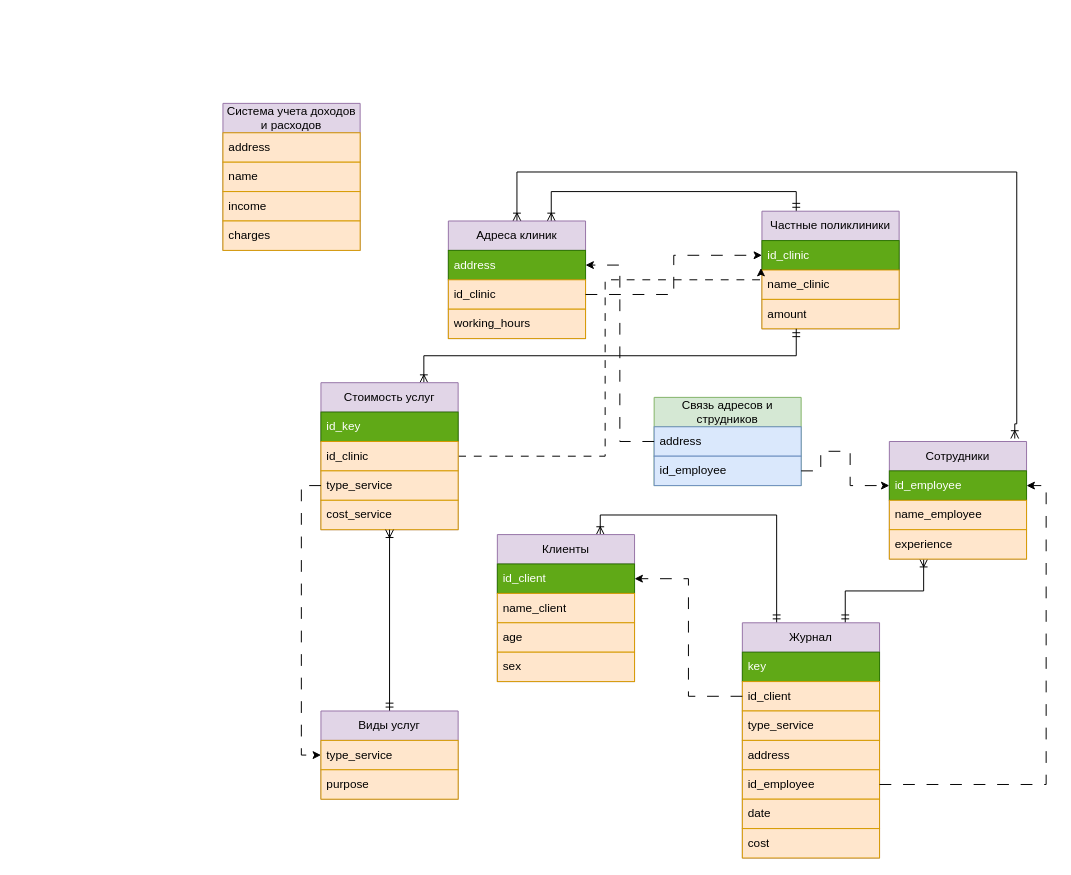
The draw.io diagram Untitled Diagram.drawio in Stepan714/Algorithms-and-data-structures, before the edit. Source tidied: cells renumbered, new cells numbered last; positions are measured from the earlier drawing's top-left corner, leaving out a move shared by most shapes. Both pictures are drawn from the tidied source at 98%, with x=0, y=0 at pixel (222, 103).
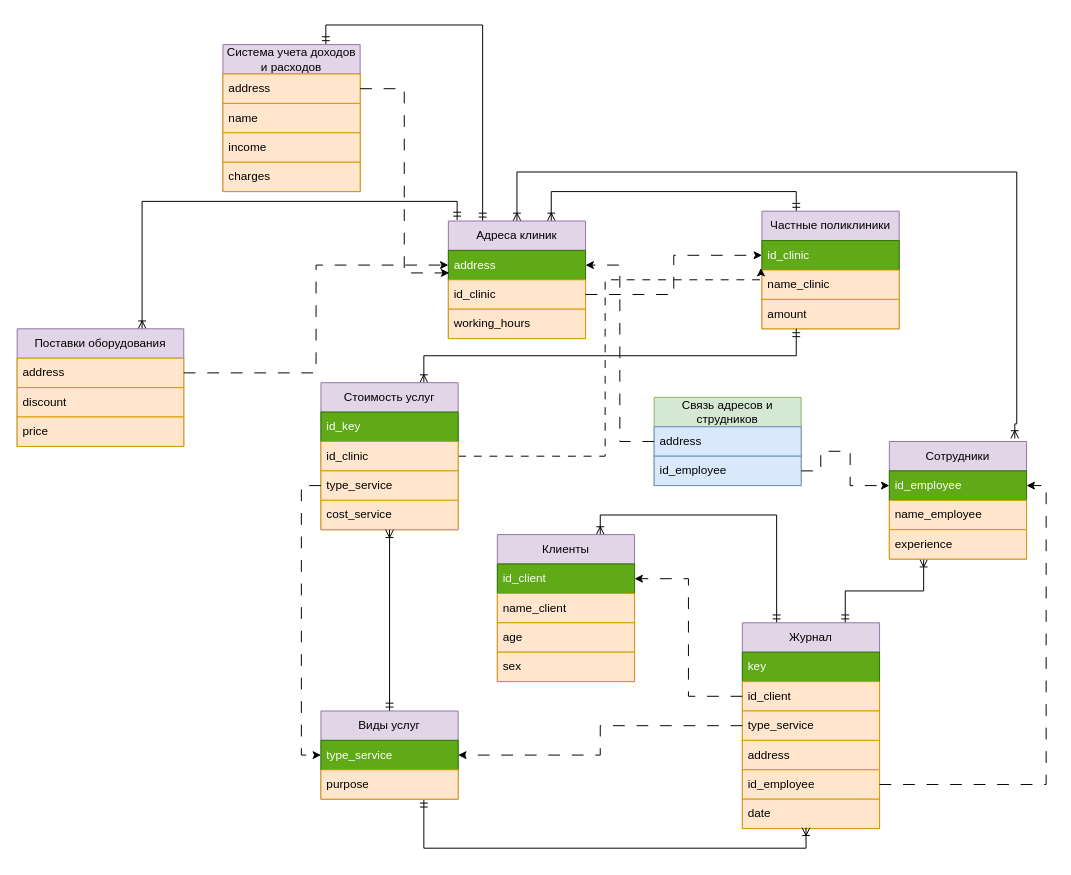
The same diagram, later.

Unchanged cells that the change refers to:
```xml
<mxCell id="8" value="Адреса клиник" style="swimlane;fontStyle=0;horizontal=1;startSize=30;whiteSpace=wrap;html=1;fillColor=#e1d5e7;strokeColor=#9673a6;" parent="1" vertex="1">
  <mxGeometry x="230" y="120" width="140" height="120" as="geometry" />
</mxCell>
<mxCell id="9" value="address" style="text;strokeColor=#2D7600;fillColor=#60a917;align=left;verticalAlign=middle;spacingLeft=4;spacingRight=4;overflow=hidden;points=[[0,0.5],[1,0.5]];portConstraint=eastwest;whiteSpace=wrap;html=1;fontColor=#ffffff;" parent="8" vertex="1">
  <mxGeometry y="30" width="140" height="30" as="geometry" />
</mxCell>
<mxCell id="32" value="type_service" style="text;strokeColor=#d79b00;fillColor=#ffe6cc;align=left;verticalAlign=middle;spacingLeft=4;spacingRight=4;overflow=hidden;points=[[0,0.5],[1,0.5]];portConstraint=eastwest;whiteSpace=wrap;html=1;" parent="29" vertex="1">
  <mxGeometry y="90" width="140" height="30" as="geometry" />
</mxCell>
<mxCell id="35" value="date" style="text;strokeColor=#d79b00;fillColor=#ffe6cc;align=left;verticalAlign=middle;spacingLeft=4;spacingRight=4;overflow=hidden;points=[[0,0.5],[1,0.5]];portConstraint=eastwest;whiteSpace=wrap;html=1;" parent="29" vertex="1">
  <mxGeometry y="180" width="140" height="30" as="geometry" />
</mxCell>
<mxCell id="47" value="Виды услуг" style="swimlane;fontStyle=0;horizontal=1;startSize=30;whiteSpace=wrap;html=1;fillColor=#e1d5e7;strokeColor=#9673a6;" parent="1" vertex="1">
  <mxGeometry x="100" y="620" width="140" height="90" as="geometry" />
</mxCell>
<mxCell id="52" value="address" style="text;strokeColor=#d79b00;fillColor=#ffe6cc;align=left;verticalAlign=middle;spacingLeft=4;spacingRight=4;overflow=hidden;points=[[0,0.5],[1,0.5]];portConstraint=eastwest;whiteSpace=wrap;html=1;" parent="51" vertex="1">
  <mxGeometry y="30" width="140" height="30" as="geometry" />
</mxCell>
```

What changed in the source:
```diff
@@
+    <mxCell id="56" style="edgeStyle=orthogonalEdgeStyle;rounded=0;jettySize=auto;html=1;exitX=0.25;exitY=0;exitDx=0;exitDy=0;entryX=0.75;entryY=0;entryDx=0;entryDy=0;startArrow=ERmandOne;startFill=0;endArrow=ERmandOne;endFill=0;" parent="1" edge="1" source="8" target="51">
+      <mxGeometry relative="1" as="geometry" />
+    </mxCell>
@@
     <mxCell id="29" value="Журнал" style="swimlane;fontStyle=0;horizontal=1;startSize=30;whiteSpace=wrap;html=1;fillColor=#e1d5e7;strokeColor=#9673a6;" parent="1" vertex="1">
-      <mxGeometry x="530" y="530" width="140" height="240" as="geometry" />
+      <mxGeometry x="530" y="530" width="140" height="210" as="geometry" />
     </mxCell>
@@
-    <mxCell id="36" value="cost" style="text;strokeColor=#d79b00;fillColor=#ffe6cc;align=left;verticalAlign=middle;spacingLeft=4;spacingRight=4;overflow=hidden;whiteSpace=wrap;html=1;" parent="29" vertex="1">
-      <mxGeometry y="210" width="140" height="30" as="geometry" />
-    </mxCell>
@@
+    <mxCell id="57" style="edgeStyle=orthogonalEdgeStyle;rounded=0;jettySize=auto;html=1;exitX=0.75;exitY=1;exitDx=0;exitDy=0;entryX=0.464;entryY=0.967;entryDx=0;entryDy=0;entryPerimeter=0;endArrow=ERoneToMany;endFill=0;startArrow=ERmandOne;startFill=0;" parent="1" edge="1" source="47" target="35">
+      <mxGeometry relative="1" as="geometry" />
+    </mxCell>
@@
-    <mxCell id="48" value="type_service" style="text;strokeColor=#d79b00;fillColor=#ffe6cc;align=left;verticalAlign=middle;spacingLeft=4;spacingRight=4;overflow=hidden;points=[[0,0.5],[1,0.5]];portConstraint=eastwest;whiteSpace=wrap;html=1;" parent="47" vertex="1">
+    <mxCell id="48" value="type_service" style="text;strokeColor=#2D7600;fillColor=#60a917;align=left;verticalAlign=middle;spacingLeft=4;spacingRight=4;overflow=hidden;points=[[0,0.5],[1,0.5]];portConstraint=eastwest;whiteSpace=wrap;html=1;fontColor=#ffffff;" parent="47" vertex="1">
       <mxGeometry y="30" width="140" height="30" as="geometry" />
     </mxCell>
@@
     <mxCell id="51" value="Система учета доходов и расходов" style="swimlane;fontStyle=0;horizontal=1;startSize=30;whiteSpace=wrap;html=1;fillColor=#e1d5e7;strokeColor=#9673a6;" parent="1" vertex="1">
-      <mxGeometry width="140" height="150" as="geometry" />
+      <mxGeometry y="-60" width="140" height="150" as="geometry" />
     </mxCell>
@@
+    <mxCell id="58" style="edgeStyle=orthogonalEdgeStyle;rounded=0;jettySize=auto;html=1;dashed=1;dashPattern=12 12;" parent="1" edge="1" source="32" target="48">
+      <mxGeometry relative="1" as="geometry" />
+    </mxCell>
+    <mxCell id="59" style="edgeStyle=orthogonalEdgeStyle;rounded=0;jettySize=auto;html=1;exitX=0.75;exitY=0;exitDx=0;exitDy=0;entryX=0.064;entryY=-0.008;entryDx=0;entryDy=0;entryPerimeter=0;startArrow=ERoneToMany;startFill=0;endArrow=ERmandOne;endFill=0;" parent="1" edge="1" source="60" target="8">
+      <mxGeometry relative="1" as="geometry" />
+    </mxCell>
+    <mxCell id="60" value="Поставки оборудования" style="swimlane;fontStyle=0;horizontal=1;startSize=30;whiteSpace=wrap;html=1;fillColor=#e1d5e7;strokeColor=#9673a6;" parent="1" vertex="1">
+      <mxGeometry x="-210" y="230" width="170" height="120" as="geometry" />
+    </mxCell>
+    <mxCell id="61" value="address" style="text;strokeColor=#d79b00;fillColor=#ffe6cc;align=left;verticalAlign=middle;spacingLeft=4;spacingRight=4;overflow=hidden;points=[[0,0.5],[1,0.5]];portConstraint=eastwest;whiteSpace=wrap;html=1;" parent="60" vertex="1">
+      <mxGeometry y="30" width="170" height="30" as="geometry" />
+    </mxCell>
+    <mxCell id="62" value="discount" style="text;strokeColor=#d79b00;fillColor=#ffe6cc;align=left;verticalAlign=middle;spacingLeft=4;spacingRight=4;overflow=hidden;whiteSpace=wrap;html=1;" parent="60" vertex="1">
+      <mxGeometry y="60" width="170" height="30" as="geometry" />
+    </mxCell>
+    <mxCell id="63" value="price" style="text;strokeColor=#d79b00;fillColor=#ffe6cc;align=left;verticalAlign=middle;spacingLeft=4;spacingRight=4;overflow=hidden;whiteSpace=wrap;html=1;" parent="60" vertex="1">
+      <mxGeometry y="90" width="170" height="30" as="geometry" />
+    </mxCell>
+    <mxCell id="64" style="edgeStyle=orthogonalEdgeStyle;rounded=0;jettySize=auto;html=1;entryX=0;entryY=0.5;entryDx=0;entryDy=0;dashed=1;dashPattern=12 12;" parent="1" edge="1" source="61" target="9">
+      <mxGeometry relative="1" as="geometry" />
+    </mxCell>
+    <mxCell id="65" style="edgeStyle=orthogonalEdgeStyle;rounded=0;jettySize=auto;html=1;entryX=0.007;entryY=0.767;entryDx=0;entryDy=0;entryPerimeter=0;dashed=1;dashPattern=12 12;" parent="1" edge="1" source="52" target="9">
+      <mxGeometry relative="1" as="geometry" />
+    </mxCell>
```
